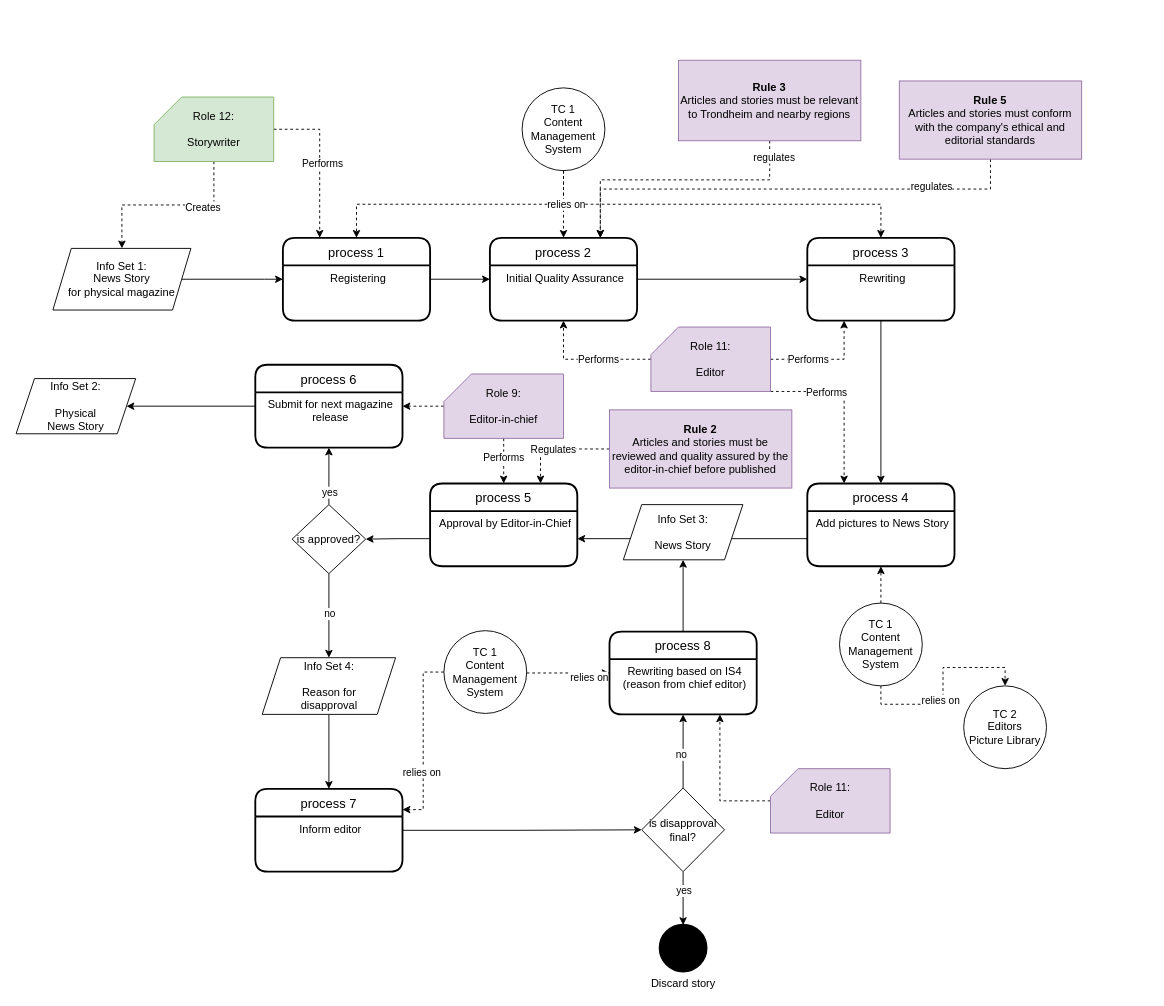
Earlier version of the draw.io diagram TS_business_process_1.drawio (gullskatten/TS-models-4em-archi). Source tidied: cells renumbered, new cells numbered last; positions are measured from the earlier drawing's top-left corner, leaving out a move shared by most shapes. Both pictures are drawn from the tidied source at 92%, with x=0, y=0 at pixel (16, 60).
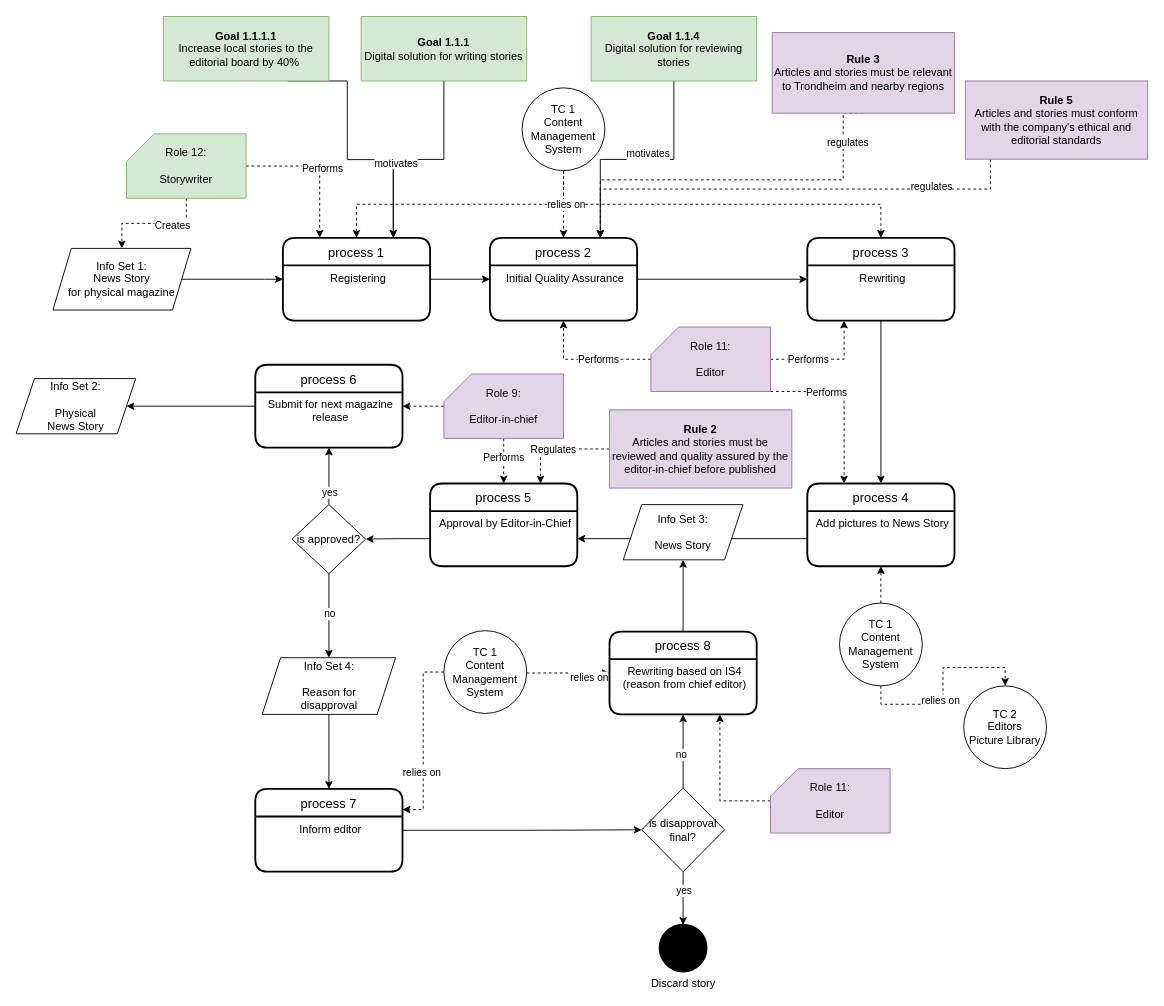
After the change.

Unchanged cells that the change refers to:
```xml
<mxCell id="20" value="process 2" style="swimlane;horizontal=1;startSize=30;rounded=1;fontSize=14;fontStyle=0;strokeWidth=2;shadow=0;dashed=0;align=center;" parent="1" vertex="1">
  <mxGeometry x="515" y="193" width="160" height="90" as="geometry" />
</mxCell>
<mxCell id="23" value="process 1" style="swimlane;horizontal=1;startSize=30;rounded=1;fontSize=14;fontStyle=0;strokeWidth=2;shadow=0;dashed=0;align=center;fillColor=#FFFFFF;" parent="1" vertex="1">
  <mxGeometry x="290" y="193" width="160" height="90" as="geometry" />
</mxCell>
```

Diff of the diagram source:
```diff
@@
     <mxCell id="51" value="Role 12:&lt;br&gt;&lt;br&gt;Storywriter" style="shape=card;whiteSpace=wrap;html=1;fillColor=#d5e8d4;strokeColor=#82b366;" parent="1" vertex="1">
-      <mxGeometry x="150" y="40" width="130" height="70" as="geometry" />
+      <mxGeometry x="120" y="80" width="130" height="70" as="geometry" />
     </mxCell>
@@
-    <mxCell id="85" style="edgeStyle=orthogonalEdgeStyle;rounded=0;jettySize=auto;html=1;entryX=0.75;entryY=0;entryDx=0;entryDy=0;dashed=1;endArrow=classic;endFill=1;" parent="1" edge="1" source="87" target="20">
+    <mxCell id="85" style="edgeStyle=orthogonalEdgeStyle;rounded=0;jettySize=auto;html=1;entryX=0.75;entryY=0;entryDx=0;entryDy=0;dashed=1;endArrow=classic;endFill=1;exitX=0.5;exitY=1;exitDx=0;exitDy=0;" parent="1" edge="1" source="87" target="20">
       <mxGeometry relative="1" as="geometry">
         <Array as="points">
-          <mxPoint x="819" y="130" />
+          <mxPoint x="899" y="130" />
           <mxPoint x="635" y="130" />
         </Array>
       </mxGeometry>
     </mxCell>
     <mxCell id="86" value="regulates" style="edgeLabel;html=1;align=center;verticalAlign=middle;" parent="85" vertex="1">
       <mxGeometry x="-0.87" y="4" relative="1" as="geometry">
-        <mxPoint y="-1" as="offset" />
+        <mxPoint y="26.4" as="offset" />
       </mxGeometry>
     </mxCell>
     <mxCell id="87" value="&lt;b&gt;Rule 3&lt;/b&gt;&lt;br&gt;Articles and stories must be relevant to Trondheim and nearby regions" style="rounded=0;whiteSpace=wrap;html=1;fillColor=#e1d5e7;strokeColor=#9673a6;" parent="1" vertex="1">
-      <mxGeometry x="720" width="198.2" height="87.5" as="geometry" />
+      <mxGeometry x="821.8" y="-30" width="198.2" height="87.5" as="geometry" />
     </mxCell>
@@
     <mxCell id="90" value="&lt;b&gt;Rule 5&lt;/b&gt;&lt;br&gt;Articles and stories must conform with the company's ethical and editorial standards" style="rounded=0;whiteSpace=wrap;html=1;fillColor=#e1d5e7;strokeColor=#9673a6;" parent="1" vertex="1">
-      <mxGeometry x="960" y="22.5" width="198.2" height="85" as="geometry" />
+      <mxGeometry x="1031.8" y="22.5" width="198.2" height="85" as="geometry" />
     </mxCell>
+    <mxCell id="91" style="edgeStyle=orthogonalEdgeStyle;rounded=0;jettySize=auto;html=1;entryX=0.75;entryY=0;entryDx=0;entryDy=0;" parent="1" edge="1" source="92" target="23">
+      <mxGeometry relative="1" as="geometry" />
+    </mxCell>
+    <mxCell id="92" value="&lt;b&gt;Goal 1.1.1&lt;br&gt;&lt;/b&gt;Digital solution for writing stories" style="rounded=0;whiteSpace=wrap;html=1;fillColor=#d5e8d4;strokeColor=#82b366;" parent="1" vertex="1">
+      <mxGeometry x="375" y="-47.5" width="180" height="70" as="geometry" />
+    </mxCell>
+    <mxCell id="93" style="edgeStyle=orthogonalEdgeStyle;rounded=0;jettySize=auto;html=1;exitX=0.75;exitY=1;exitDx=0;exitDy=0;entryX=0.75;entryY=0;entryDx=0;entryDy=0;" parent="1" edge="1" source="95" target="23">
+      <mxGeometry relative="1" as="geometry">
+        <Array as="points">
+          <mxPoint x="360" y="23" />
+          <mxPoint x="360" y="108" />
+          <mxPoint x="410" y="108" />
+        </Array>
+      </mxGeometry>
+    </mxCell>
+    <mxCell id="94" value="motivates" style="edgeLabel;html=1;align=center;verticalAlign=middle;" parent="93" vertex="1">
+      <mxGeometry x="0.43" y="2" relative="1" as="geometry" />
+    </mxCell>
+    <mxCell id="95" value="&lt;b&gt;Goal 1.1.1.1&lt;br&gt;&lt;/b&gt;Increase local stories to the editorial board by 40%&amp;nbsp;" style="rounded=0;whiteSpace=wrap;html=1;fillColor=#d5e8d4;strokeColor=#82b366;" parent="1" vertex="1">
+      <mxGeometry x="160" y="-47.5" width="180" height="70" as="geometry" />
+    </mxCell>
+    <mxCell id="96" style="edgeStyle=orthogonalEdgeStyle;rounded=0;jettySize=auto;html=1;entryX=0.75;entryY=0;entryDx=0;entryDy=0;" parent="1" edge="1" source="98" target="20">
+      <mxGeometry relative="1" as="geometry" />
+    </mxCell>
+    <mxCell id="97" value="motivates" style="edgeLabel;html=1;align=center;verticalAlign=middle;" parent="96" vertex="1">
+      <mxGeometry x="-0.37" y="-29" relative="1" as="geometry" />
+    </mxCell>
+    <mxCell id="98" value="&lt;b&gt;Goal 1.1.4&lt;br&gt;&lt;/b&gt;Digital solution for reviewing stories" style="rounded=0;whiteSpace=wrap;html=1;fillColor=#d5e8d4;strokeColor=#82b366;" parent="1" vertex="1">
+      <mxGeometry x="625" y="-47.5" width="180" height="70" as="geometry" />
+    </mxCell>
```
